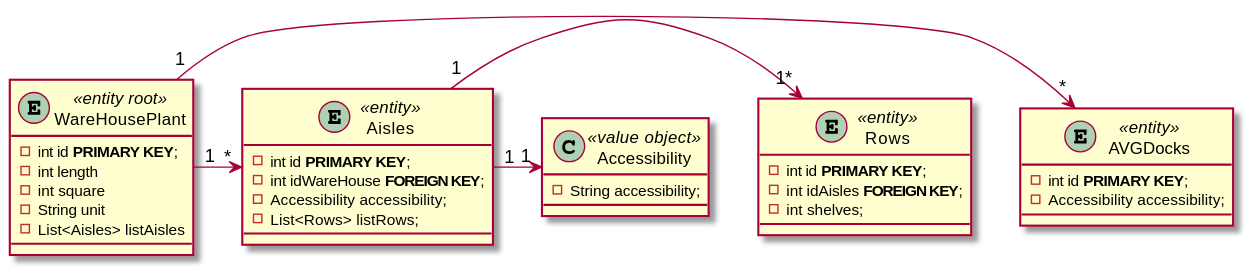
The PlantUML diagram eapli.base/docs/1190811/US2001/US2001_CD.svg in LourencoMelo/ISEP-EAPLI, before a commit. Source of this version:
```plantuml
@startuml

Entity WareHousePlant<<entity root>> {
 -int id **PRIMARY KEY**;
 -int length
 -int square
 -String unit
 -List<Aisles> listAisles
}

Entity Aisles<<entity>>{
    -int id **PRIMARY KEY**;
    -int idWareHouse **FOREIGN KEY**;
    -Accessibility accessibility;
    -List<Rows> listRows;
}

Entity Rows<<entity>>{
    -int id **PRIMARY KEY**;
    -int idAisles **FOREIGN KEY**;
    -int shelves;
}

Entity AVGDocks<<entity>>{
    -int id **PRIMARY KEY**;
    -Accessibility accessibility;
}

class Accessibility<<value object>>{
    -String accessibility;

}

WareHousePlant "1" -> "*"  AVGDocks
WareHousePlant "1" -> "*" Aisles
Aisles "1" -> "1*" Rows
Aisles "1" -> "1" Accessibility

@enduml
```
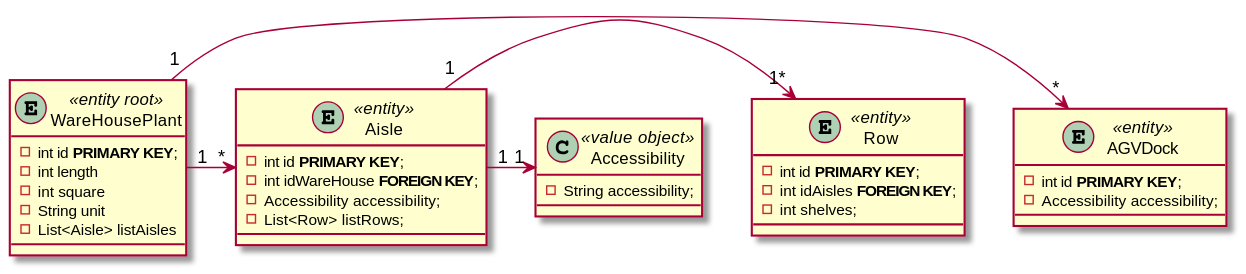
Above is the later version.

Diff of the diagram source:
```diff
@@ -5,23 +5,23 @@
  -int length
  -int square
  -String unit
- -List<Aisles> listAisles
+ -List<Aisle> listAisles
 }
 
-Entity Aisles<<entity>>{
+Entity Aisle<<entity>>{
     -int id **PRIMARY KEY**;
     -int idWareHouse **FOREIGN KEY**;
     -Accessibility accessibility;
-    -List<Rows> listRows;
+    -List<Row> listRows;
 }
 
-Entity Rows<<entity>>{
+Entity Row<<entity>>{
     -int id **PRIMARY KEY**;
     -int idAisles **FOREIGN KEY**;
     -int shelves;
 }
 
-Entity AVGDocks<<entity>>{
+Entity AGVDock<<entity>>{
     -int id **PRIMARY KEY**;
     -Accessibility accessibility;
 }
@@ -31,9 +31,9 @@
 
 }
 
-WareHousePlant "1" -> "*"  AVGDocks
-WareHousePlant "1" -> "*" Aisles
-Aisles "1" -> "1*" Rows
-Aisles "1" -> "1" Accessibility
+WareHousePlant "1" -> "*"  AGVDock
+WareHousePlant "1" -> "*" Aisle
+Aisle "1" -> "1*" Row
+Aisle "1" -> "1" Accessibility
 
 @enduml
```
